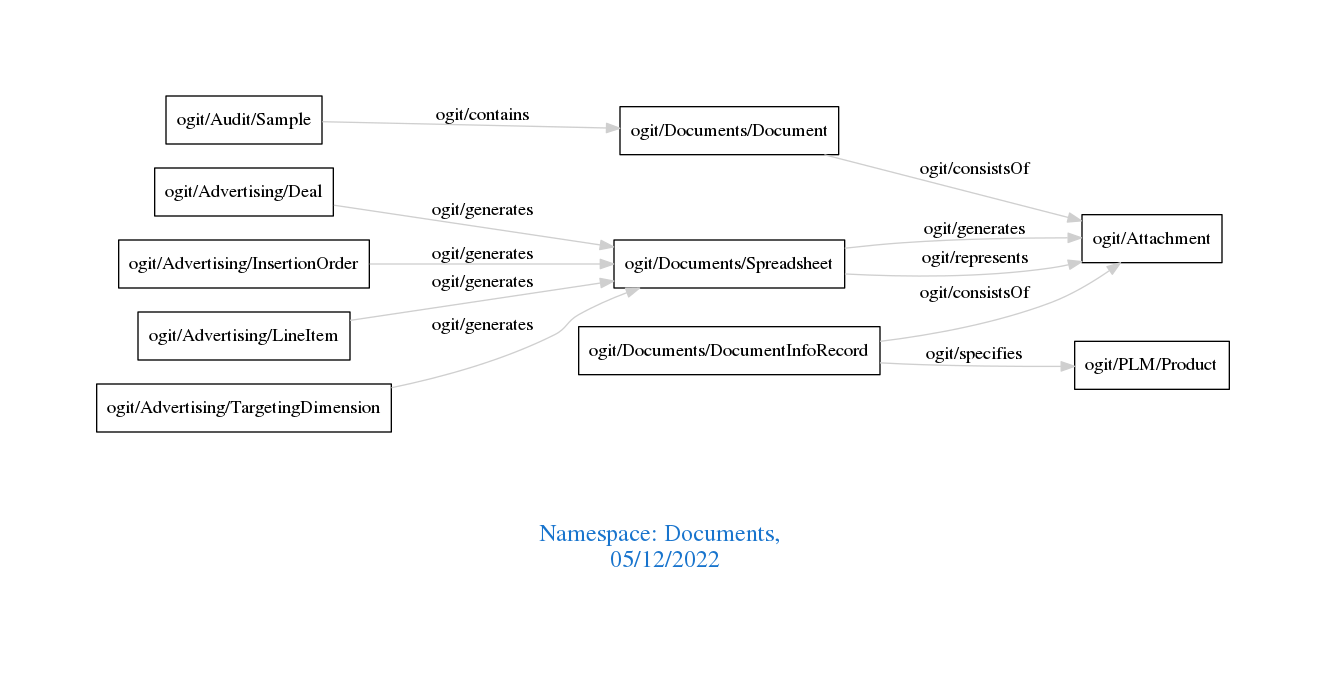
Before: downloads/Documents.png, a diagram exported from Graphviz (arago/OGIT). Its source is kept beside it as downloads/Documents.dot.
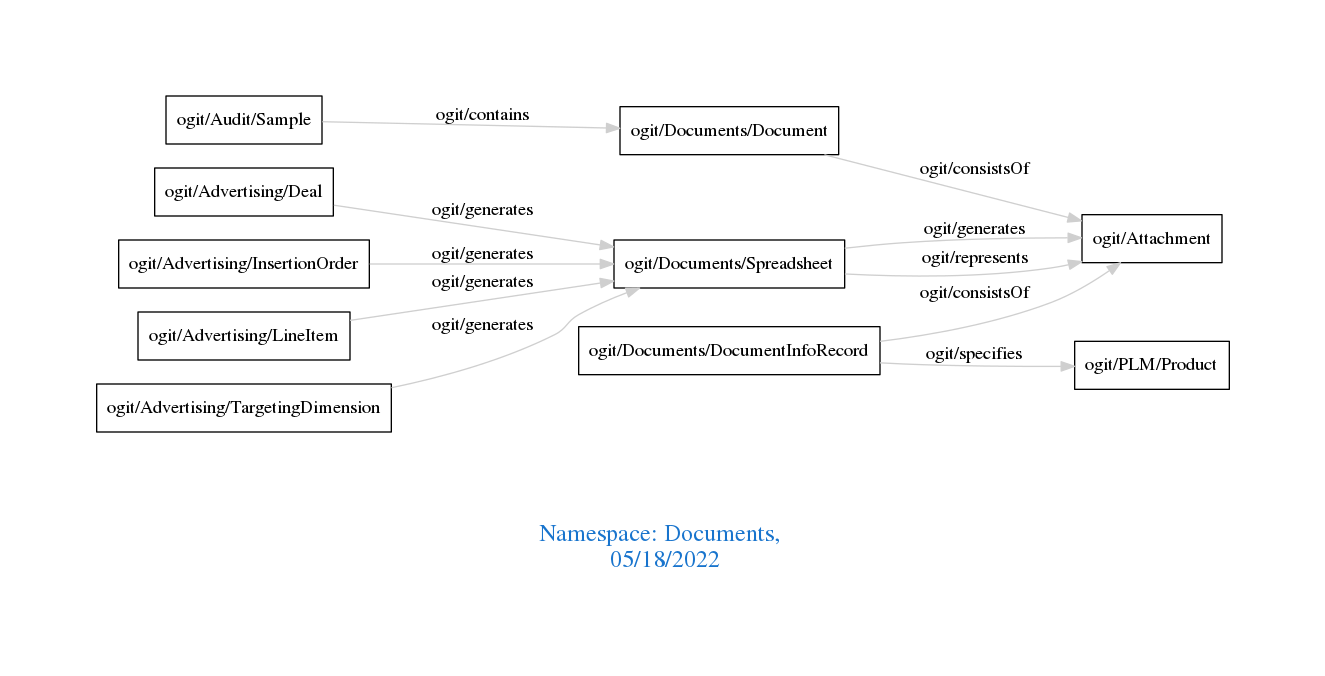
The same diagram one commit later.

What changed in the source:
```diff
@@ -1,7 +1,7 @@
 digraph OGIT_ontology {
  graph [ rankdir= LR,pad=1
 fontsize = 18,
-fontcolor= dodgerblue3,label = "\n\n\nNamespace: Documents, \n 05/12/2022"];
+fontcolor= dodgerblue3,label = "\n\n\nNamespace: Documents, \n 05/18/2022"];
 node[shape=polygon];
 edge [  color="gray81"];
 
```
